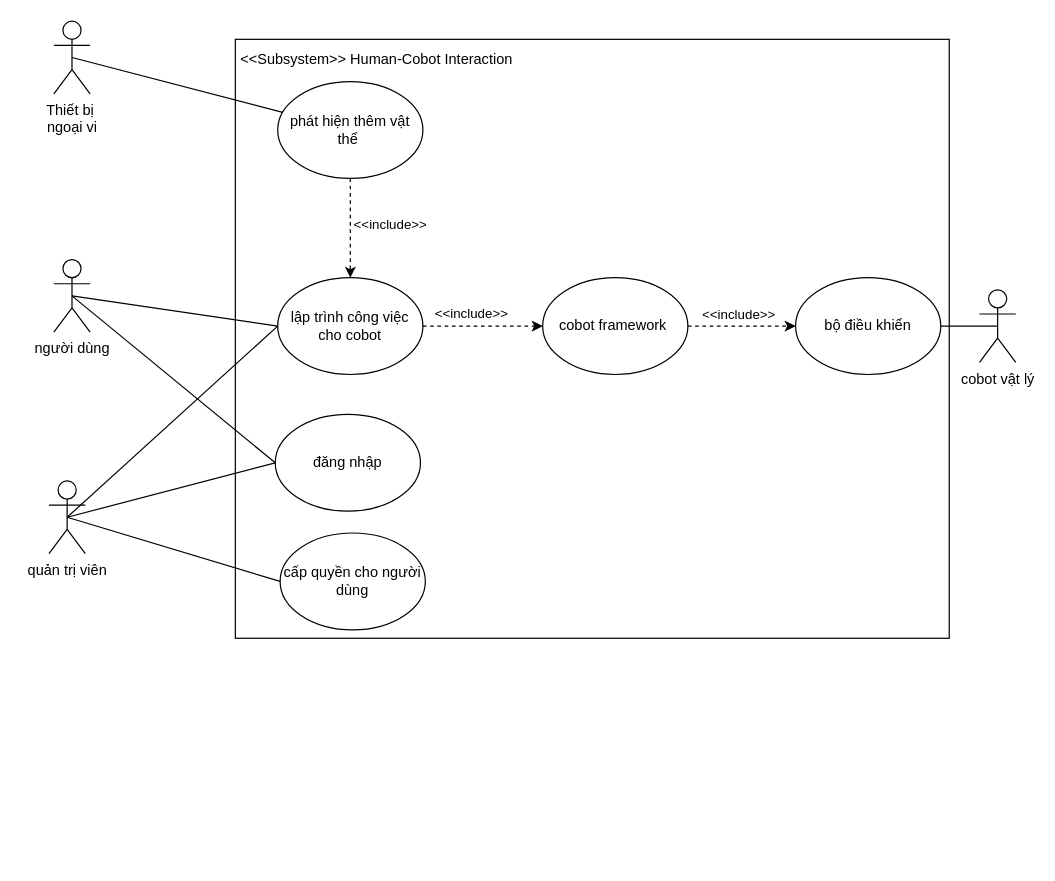
This is page "Page-1" (1 of 5) of user_diagram.drawio from LTDat-HustK65/GP_main_system, a draw.io file, before an edit. Source tidied: cells renumbered, new cells numbered last; positions are measured from the earlier drawing's top-left corner, leaving out a move shared by most shapes. Both pictures are drawn from the tidied source at 121%, with x=0, y=0 at pixel (48, 21).
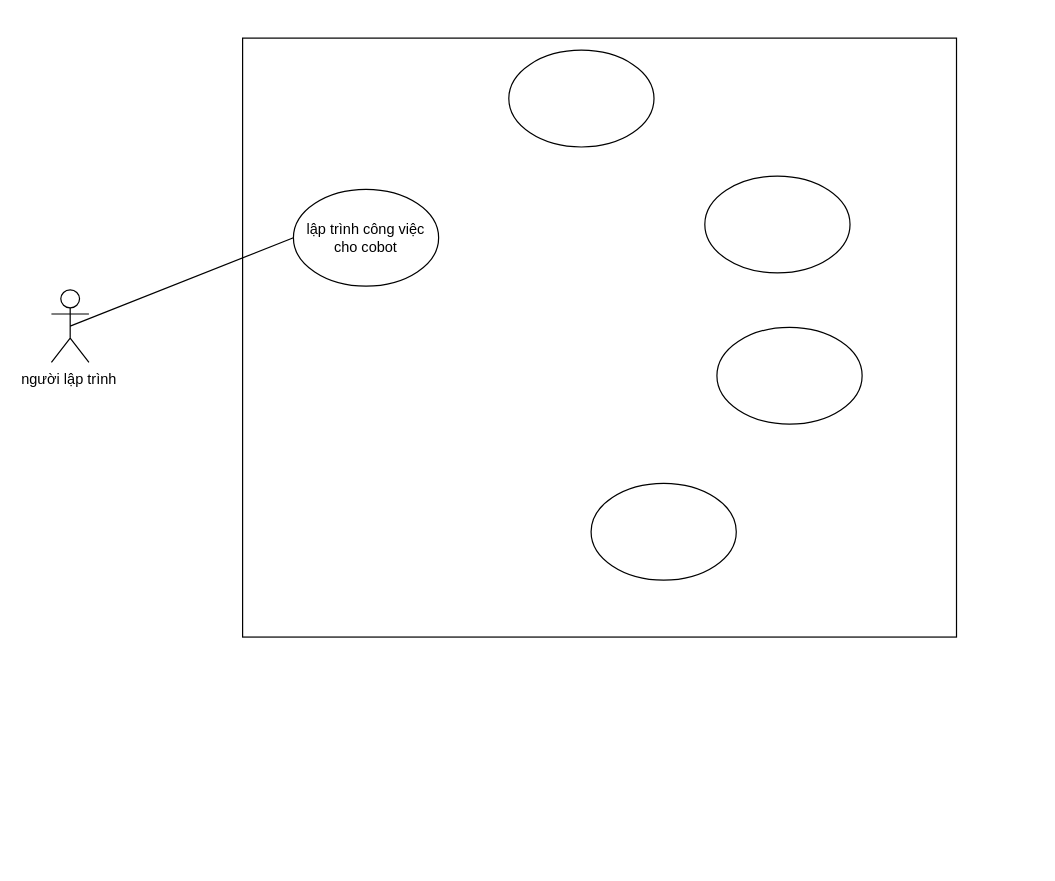
The same page after the edit.

Commit message:
Cập nhật user_diagram.drawio

The edit, as a diff of the source:
```diff
@@
-    <mxCell id="2" value="Thiết bị&amp;nbsp;&lt;div&gt;ngoại vi&lt;/div&gt;" style="shape=umlActor;verticalLabelPosition=bottom;verticalAlign=top;html=1;outlineConnect=0;" parent="1" vertex="1">
-      <mxGeometry x="4" width="30" height="60" as="geometry" />
-    </mxCell>
-    <mxCell id="3" value="người dùng" style="shape=umlActor;verticalLabelPosition=bottom;verticalAlign=top;html=1;outlineConnect=0;" parent="1" vertex="1">
-      <mxGeometry x="4" y="197" width="30" height="60" as="geometry" />
+    <mxCell id="3" value="người lập trình&amp;nbsp;" style="shape=umlActor;verticalLabelPosition=bottom;verticalAlign=top;html=1;outlineConnect=0;" parent="1" vertex="1">
+      <mxGeometry x="2" y="222" width="31" height="60" as="geometry" />
     </mxCell>
     <mxCell id="4" style="rounded=0;whiteSpace=wrap;html=1;align=center;" parent="1" vertex="1">
-      <mxGeometry x="154" y="15" width="590" height="495" as="geometry" />
+      <mxGeometry x="160" y="14" width="590" height="495" as="geometry" />
     </mxCell>
-    <mxCell id="5" value="phát hiện thêm vật thể&amp;nbsp;" style="ellipse;whiteSpace=wrap;html=1;" parent="1" vertex="1">
-      <mxGeometry x="189" y="50" width="120" height="80" as="geometry" />
-    </mxCell>
     <mxCell id="6" value="lập trình công việc cho cobot" style="ellipse;whiteSpace=wrap;html=1;" parent="1" vertex="1">
-      <mxGeometry x="189" y="212" width="120" height="80" as="geometry" />
+      <mxGeometry x="202" y="139" width="120" height="80" as="geometry" />
     </mxCell>
-    <mxCell id="7" value="cobot vật lý" style="shape=umlActor;verticalLabelPosition=bottom;verticalAlign=top;html=1;outlineConnect=0;" parent="1" vertex="1">
-      <mxGeometry x="769" y="222" width="30" height="60" as="geometry" />
-    </mxCell>
-    <mxCell id="8" value="cobot framework&amp;nbsp;" style="ellipse;whiteSpace=wrap;html=1;" parent="1" vertex="1">
-      <mxGeometry x="408" y="212" width="120" height="80" as="geometry" />
-    </mxCell>
-    <mxCell id="9" style="endArrow=none;html=1;rounded=0;exitX=0.5;exitY=0.5;exitDx=0;exitDy=0;exitPerimeter=0;" parent="1" edge="1" source="2" target="5">
-      <mxGeometry relative="1" as="geometry" />
-    </mxCell>
@@
-    <mxCell id="11" value="&amp;lt;&amp;lt;Subsystem&amp;gt;&amp;gt; Human-Cobot Interaction" style="text;html=1;align=center;verticalAlign=middle;whiteSpace=wrap;rounded=0;" parent="1" vertex="1">
-      <mxGeometry x="156" y="17" width="230" height="30" as="geometry" />
-    </mxCell>
-    <mxCell id="12" style="dashed=1;endArrow=classic;html=1;rounded=0;exitX=0.5;exitY=1;exitDx=0;exitDy=0;entryX=0.5;entryY=0;entryDx=0;entryDy=0;" parent="1" edge="1" source="5" target="6">
-      <mxGeometry relative="1" as="geometry" />
-    </mxCell>
-    <mxCell id="13" value="&amp;lt;&amp;lt;include&amp;gt;&amp;gt;" style="edgeLabel;html=1;align=center;verticalAlign=middle;" parent="12" vertex="1">
-      <mxGeometry x="-0.09" y="-1" relative="1" as="geometry">
-        <mxPoint x="33" as="offset" />
-      </mxGeometry>
-    </mxCell>
-    <mxCell id="14" style="dashed=1;endArrow=classic;html=1;rounded=0;exitX=1;exitY=0.5;exitDx=0;exitDy=0;entryX=0;entryY=0.5;entryDx=0;entryDy=0;" parent="1" edge="1" source="6" target="8">
-      <mxGeometry relative="1" as="geometry" />
-    </mxCell>
-    <mxCell id="15" value="&amp;lt;&amp;lt;include&amp;gt;&amp;gt;" style="edgeLabel;html=1;align=center;verticalAlign=middle;" parent="14" vertex="1">
-      <mxGeometry x="-0.22" y="4" relative="1" as="geometry">
-        <mxPoint y="-7" as="offset" />
-      </mxGeometry>
-    </mxCell>
-    <mxCell id="16" style="edgeStyle=orthogonalEdgeStyle;rounded=0;orthogonalLoop=1;jettySize=auto;html=1;exitX=0.5;exitY=1;exitDx=0;exitDy=0;" parent="1" edge="1">
-      <mxGeometry relative="1" as="geometry">
-        <mxPoint x="434" y="685" as="sourcePoint" />
-        <mxPoint x="434" y="685" as="targetPoint" />
-      </mxGeometry>
-    </mxCell>
-    <mxCell id="17" style="edgeStyle=orthogonalEdgeStyle;rounded=0;orthogonalLoop=1;jettySize=auto;html=1;exitX=0.5;exitY=1;exitDx=0;exitDy=0;" parent="1" edge="1">
-      <mxGeometry relative="1" as="geometry">
-        <mxPoint x="434" y="685" as="sourcePoint" />
-        <mxPoint x="434" y="685" as="targetPoint" />
-      </mxGeometry>
-    </mxCell>
-    <mxCell id="18" value="bộ điều khiển" style="ellipse;whiteSpace=wrap;html=1;" parent="1" vertex="1">
-      <mxGeometry x="617" y="212" width="120" height="80" as="geometry" />
-    </mxCell>
-    <mxCell id="19" style="endArrow=none;html=1;rounded=0;exitX=0.5;exitY=0.5;exitDx=0;exitDy=0;exitPerimeter=0;entryX=1;entryY=0.5;entryDx=0;entryDy=0;" parent="1" edge="1" source="7" target="18">
-      <mxGeometry relative="1" as="geometry" />
-    </mxCell>
-    <mxCell id="20" style="dashed=1;endArrow=classic;html=1;rounded=0;exitX=1;exitY=0.5;exitDx=0;exitDy=0;entryX=0;entryY=0.5;entryDx=0;entryDy=0;" parent="1" edge="1" source="8" target="18">
-      <mxGeometry relative="1" as="geometry" />
-    </mxCell>
-    <mxCell id="21" value="&amp;lt;&amp;lt;include&amp;gt;&amp;gt;" style="edgeLabel;html=1;align=center;verticalAlign=middle;" parent="20" vertex="1">
-      <mxGeometry x="-0.07" y="-2" relative="1" as="geometry">
-        <mxPoint y="-12" as="offset" />
-      </mxGeometry>
-    </mxCell>
-    <mxCell id="22" value="đăng nhập" style="ellipse;whiteSpace=wrap;html=1;" parent="1" vertex="1">
-      <mxGeometry x="187" y="325" width="120" height="80" as="geometry" />
-    </mxCell>
-    <mxCell id="23" style="endArrow=none;html=1;rounded=0;exitX=0.5;exitY=0.5;exitDx=0;exitDy=0;exitPerimeter=0;entryX=0;entryY=0.5;entryDx=0;entryDy=0;" parent="1" edge="1" source="3" target="22">
-      <mxGeometry relative="1" as="geometry" />
-    </mxCell>
-    <mxCell id="24" value="quản trị viên" style="shape=umlActor;verticalLabelPosition=bottom;verticalAlign=top;html=1;outlineConnect=0;" parent="1" vertex="1">
-      <mxGeometry y="380" width="30" height="60" as="geometry" />
-    </mxCell>
-    <mxCell id="25" style="endArrow=none;html=1;rounded=0;exitX=0.5;exitY=0.5;exitDx=0;exitDy=0;exitPerimeter=0;entryX=0;entryY=0.5;entryDx=0;entryDy=0;" parent="1" edge="1" source="24" target="6">
-      <mxGeometry relative="1" as="geometry" />
-    </mxCell>
-    <mxCell id="26" style="endArrow=none;html=1;rounded=0;exitX=0.5;exitY=0.5;exitDx=0;exitDy=0;exitPerimeter=0;entryX=0;entryY=0.5;entryDx=0;entryDy=0;" parent="1" edge="1" source="24" target="22">
-      <mxGeometry relative="1" as="geometry" />
-    </mxCell>
-    <mxCell id="27" value="cấp quyền cho người dùng" style="ellipse;whiteSpace=wrap;html=1;" parent="1" vertex="1">
-      <mxGeometry x="191" y="423" width="120" height="80" as="geometry" />
-    </mxCell>
-    <mxCell id="28" style="endArrow=none;html=1;rounded=0;exitX=0.5;exitY=0.5;exitDx=0;exitDy=0;exitPerimeter=0;entryX=0;entryY=0.5;entryDx=0;entryDy=0;" parent="1" edge="1" source="24" target="27">
-      <mxGeometry relative="1" as="geometry" />
-    </mxCell>
+    <mxCell id="29" style="ellipse;whiteSpace=wrap;html=1;" parent="1" vertex="1">
+      <mxGeometry x="552" y="253" width="120" height="80" as="geometry" />
+    </mxCell>
+    <mxCell id="30" style="ellipse;whiteSpace=wrap;html=1;" parent="1" vertex="1">
+      <mxGeometry x="380" y="24" width="120" height="80" as="geometry" />
+    </mxCell>
+    <mxCell id="31" style="ellipse;whiteSpace=wrap;html=1;" parent="1" vertex="1">
+      <mxGeometry x="542" y="128" width="120" height="80" as="geometry" />
+    </mxCell>
+    <mxCell id="32" style="ellipse;whiteSpace=wrap;html=1;" parent="1" vertex="1">
+      <mxGeometry x="448" y="382" width="120" height="80" as="geometry" />
+    </mxCell>
```
